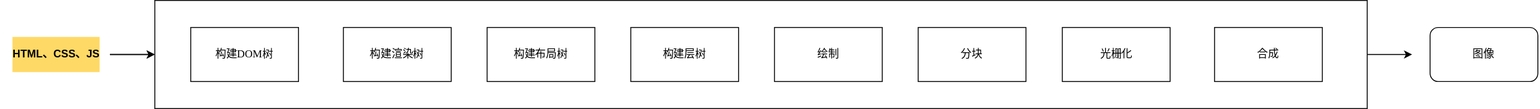
This is 浏览器渲染流程.drawio.svg from RenektonChr/draw, a draw.io export, as it was before one commit. Source tidied: cells renumbered, new cells last; positions are measured from the earlier drawing's top-left corner, leaving out a move shared by most shapes.
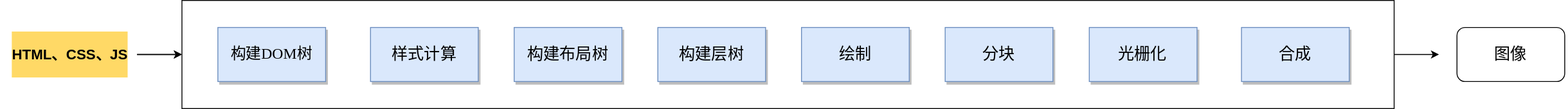
After the commit.

Commit message:
更新浏览器渲染流程.drawio.svg

Diff of the diagram source:
```diff
@@ -13,39 +13,39 @@
     <mxCell id="4" style="edgeStyle=orthogonalEdgeStyle;rounded=0;jettySize=auto;html=1;fontFamily=Times New Roman;" parent="1" edge="1" source="5" target="3">
       <mxGeometry relative="1" as="geometry" />
     </mxCell>
-    <mxCell id="5" value="&lt;p&gt;HTML、CSS、JS&lt;/p&gt;" style="text;html=1;align=center;verticalAlign=middle;points=[];strokeColor=none;fillColor=none;fontStyle=1;labelBackgroundColor=#FFD966;" parent="1" vertex="1">
-      <mxGeometry y="35" width="120" height="50" as="geometry" />
+    <mxCell id="5" value="&lt;p style=&quot;font-size: 16px;&quot;&gt;HTML、CSS、JS&lt;/p&gt;" style="text;html=1;align=center;verticalAlign=middle;points=[];strokeColor=none;fillColor=none;fontStyle=1;labelBackgroundColor=#FFD966;fontSize=16;" parent="1" vertex="1">
+      <mxGeometry x="-30" y="30" width="150" height="60" as="geometry" />
     </mxCell>
     <mxCell id="6" style="endArrow=classic;html=1;rounded=0;fontFamily=Times New Roman;" parent="1" edge="1" target="3">
       <mxGeometry relative="1" as="geometry">
         <mxPoint x="120" y="60" as="sourcePoint" />
       </mxGeometry>
     </mxCell>
-    <mxCell id="7" value="构建DOM树" style="rounded=0;whiteSpace=wrap;html=1;labelBackgroundColor=none;fontFamily=Times New Roman;" parent="1" vertex="1">
+    <mxCell id="7" value="构建DOM树" style="rounded=0;whiteSpace=wrap;html=1;labelBackgroundColor=none;fontFamily=Times New Roman;fillColor=#dae8fc;strokeColor=#6c8ebf;fontSize=17;shadow=1;glass=0;" parent="1" vertex="1">
       <mxGeometry x="210" y="30" width="120" height="60" as="geometry" />
     </mxCell>
-    <mxCell id="8" value="构建渲染树" style="rounded=0;whiteSpace=wrap;html=1;labelBackgroundColor=none;fontFamily=Times New Roman;" parent="1" vertex="1">
+    <mxCell id="8" value="样式计算" style="rounded=0;whiteSpace=wrap;html=1;labelBackgroundColor=none;fontFamily=Times New Roman;fillColor=#dae8fc;strokeColor=#6c8ebf;shadow=1;glass=0;fontSize=18;" parent="1" vertex="1">
       <mxGeometry x="380" y="30" width="120" height="60" as="geometry" />
     </mxCell>
-    <mxCell id="9" value="构建布局树" style="rounded=0;whiteSpace=wrap;html=1;labelBackgroundColor=none;fontFamily=Times New Roman;" parent="1" vertex="1">
+    <mxCell id="9" value="构建布局树" style="rounded=0;whiteSpace=wrap;html=1;labelBackgroundColor=none;fontFamily=Times New Roman;fillColor=#dae8fc;strokeColor=#6c8ebf;shadow=1;glass=0;fontSize=18;" parent="1" vertex="1">
       <mxGeometry x="540" y="30" width="120" height="60" as="geometry" />
     </mxCell>
-    <mxCell id="10" value="构建层树" style="rounded=0;whiteSpace=wrap;html=1;labelBackgroundColor=none;fontFamily=Times New Roman;" parent="1" vertex="1">
+    <mxCell id="10" value="构建层树" style="rounded=0;whiteSpace=wrap;html=1;labelBackgroundColor=none;fontFamily=Times New Roman;fillColor=#dae8fc;strokeColor=#6c8ebf;shadow=1;glass=0;fontSize=18;" parent="1" vertex="1">
       <mxGeometry x="700" y="30" width="120" height="60" as="geometry" />
     </mxCell>
-    <mxCell id="11" value="绘制" style="rounded=0;whiteSpace=wrap;html=1;labelBackgroundColor=none;fontFamily=Times New Roman;" parent="1" vertex="1">
+    <mxCell id="11" value="绘制" style="rounded=0;whiteSpace=wrap;html=1;labelBackgroundColor=none;fontFamily=Times New Roman;fillColor=#dae8fc;strokeColor=#6c8ebf;shadow=1;glass=0;fontSize=18;" parent="1" vertex="1">
       <mxGeometry x="860" y="30" width="120" height="60" as="geometry" />
     </mxCell>
-    <mxCell id="12" value="分块" style="rounded=0;whiteSpace=wrap;html=1;labelBackgroundColor=none;fontFamily=Times New Roman;" parent="1" vertex="1">
+    <mxCell id="12" value="分块" style="rounded=0;whiteSpace=wrap;html=1;labelBackgroundColor=none;fontFamily=Times New Roman;fillColor=#dae8fc;strokeColor=#6c8ebf;shadow=1;glass=0;fontSize=18;" parent="1" vertex="1">
       <mxGeometry x="1020" y="30" width="120" height="60" as="geometry" />
     </mxCell>
-    <mxCell id="13" value="光栅化" style="rounded=0;whiteSpace=wrap;html=1;labelBackgroundColor=none;fontFamily=Times New Roman;" parent="1" vertex="1">
+    <mxCell id="13" value="光栅化" style="rounded=0;whiteSpace=wrap;html=1;labelBackgroundColor=none;fontFamily=Times New Roman;fillColor=#dae8fc;strokeColor=#6c8ebf;shadow=1;glass=0;fontSize=18;" parent="1" vertex="1">
       <mxGeometry x="1180.5" y="30" width="120" height="60" as="geometry" />
     </mxCell>
-    <mxCell id="14" value="合成" style="rounded=0;whiteSpace=wrap;html=1;labelBackgroundColor=none;fontFamily=Times New Roman;" parent="1" vertex="1">
+    <mxCell id="14" value="合成" style="rounded=0;whiteSpace=wrap;html=1;labelBackgroundColor=none;fontFamily=Times New Roman;fillColor=#dae8fc;strokeColor=#6c8ebf;shadow=1;glass=0;fontSize=18;" parent="1" vertex="1">
       <mxGeometry x="1350" y="30" width="120" height="60" as="geometry" />
     </mxCell>
-    <mxCell id="15" value="图像" style="rounded=1;whiteSpace=wrap;html=1;labelBackgroundColor=none;fontFamily=Times New Roman;" parent="1" vertex="1">
+    <mxCell id="15" value="图像" style="rounded=1;whiteSpace=wrap;html=1;labelBackgroundColor=none;fontFamily=Times New Roman;fontSize=18;" parent="1" vertex="1">
       <mxGeometry x="1590" y="30" width="120" height="60" as="geometry" />
     </mxCell>
   </root>
```
